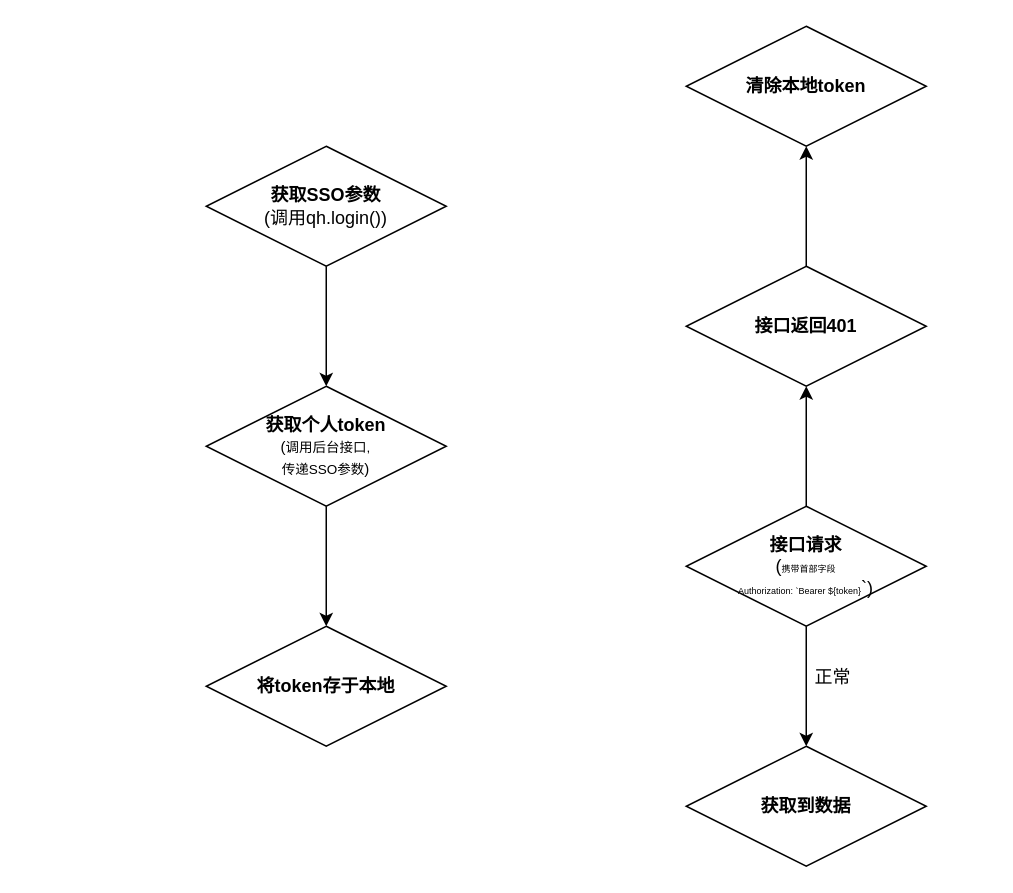
Earlier version of the draw.io diagram Untitled Diagram.drawio (bo-bi/openbeta-tuitui). Source tidied: cells renumbered, new cells numbered last; positions are measured from the earlier drawing's top-left corner, leaving out a move shared by most shapes. Both pictures are drawn from the tidied source at 150%, with x=0, y=0 at pixel (206, 26).
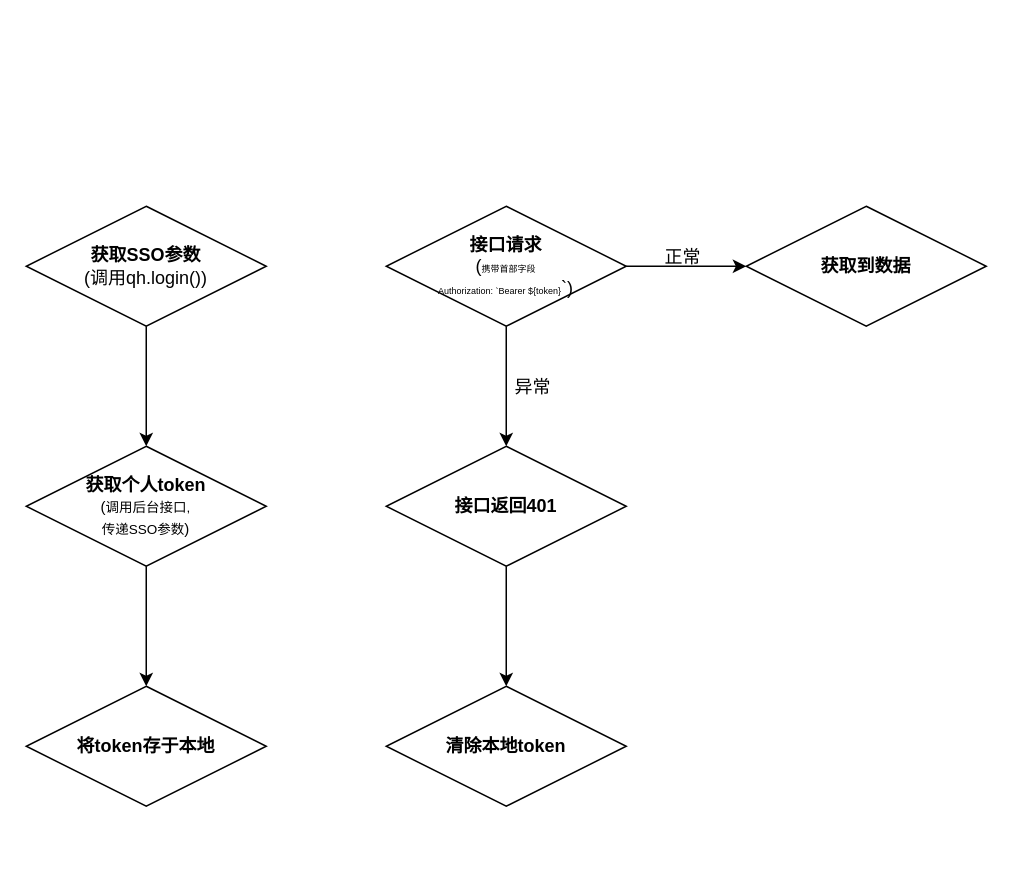
The same page after the edit.

Commit message:
更新登录流程图

Diff of the diagram source:
```diff
@@
 <mxGraphModel>
   <root>
     <mxCell id="0" />
     <mxCell id="1" parent="0" />
     <mxCell id="2" style="edgeStyle=orthogonalEdgeStyle;rounded=0;jettySize=auto;html=1;entryX=0.5;entryY=0;entryDx=0;entryDy=0;" parent="1" edge="1" source="3" target="5">
       <mxGeometry relative="1" as="geometry" />
     </mxCell>
     <mxCell id="3" value="&lt;b&gt;获取SSO参数&lt;br&gt;&lt;/b&gt;(调用qh.login())" style="rhombus;whiteSpace=wrap;html=1;" parent="1" vertex="1">
-      <mxGeometry y="80" width="160" height="80" as="geometry" />
+      <mxGeometry x="-120" y="120" width="160" height="80" as="geometry" />
     </mxCell>
     <mxCell id="4" style="edgeStyle=orthogonalEdgeStyle;rounded=0;jettySize=auto;html=1;entryX=0.5;entryY=0;entryDx=0;entryDy=0;" parent="1" edge="1" source="5" target="6">
       <mxGeometry relative="1" as="geometry" />
     </mxCell>
     <mxCell id="5" value="&lt;b&gt;获取个人token&lt;br&gt;&lt;/b&gt;&lt;font style=&quot;font-size: 10px&quot;&gt;(&lt;/font&gt;&lt;font style=&quot;font-size: 9px&quot;&gt;调用后台接口, &lt;br&gt;传递SSO参数&lt;/font&gt;&lt;font style=&quot;font-size: 10px&quot;&gt;)&lt;/font&gt;" style="rhombus;whiteSpace=wrap;html=1;" parent="1" vertex="1">
-      <mxGeometry y="240" width="160" height="80" as="geometry" />
+      <mxGeometry x="-120" y="280" width="160" height="80" as="geometry" />
     </mxCell>
     <mxCell id="6" value="&lt;b&gt;将token存于本地&lt;/b&gt;" style="rhombus;whiteSpace=wrap;html=1;" parent="1" vertex="1">
-      <mxGeometry y="400" width="160" height="80" as="geometry" />
+      <mxGeometry x="-120" y="440" width="160" height="80" as="geometry" />
     </mxCell>
-    <mxCell id="7" style="edgeStyle=orthogonalEdgeStyle;rounded=0;jettySize=auto;html=1;entryX=0.5;entryY=0;entryDx=0;entryDy=0;" parent="1" edge="1" source="9" target="10">
+    <mxCell id="7" style="edgeStyle=orthogonalEdgeStyle;rounded=0;jettySize=auto;html=1;entryX=0;entryY=0.5;entryDx=0;entryDy=0;" parent="1" edge="1" source="9" target="10">
       <mxGeometry relative="1" as="geometry" />
     </mxCell>
-    <mxCell id="8" style="edgeStyle=orthogonalEdgeStyle;rounded=0;jettySize=auto;html=1;" parent="1" edge="1" source="9">
-      <mxGeometry relative="1" as="geometry">
-        <mxPoint x="400" y="240" as="targetPoint" />
-      </mxGeometry>
-    </mxCell>
+    <mxCell id="15" style="edgeStyle=orthogonalEdgeStyle;rounded=0;jettySize=auto;html=1;entryX=0.5;entryY=0;entryDx=0;entryDy=0;" parent="1" edge="1" source="9" target="13">
+      <mxGeometry relative="1" as="geometry" />
+    </mxCell>
     <mxCell id="9" value="&lt;b&gt;接口请求&lt;br&gt;&lt;/b&gt;(&lt;font style=&quot;font-size: 6px&quot;&gt;&lt;font style=&quot;font-size: 6px&quot;&gt;携带首部字段&lt;br style=&quot;font-size: 6px&quot;&gt;Authorization: `Bearer ${token&lt;/font&gt;}&lt;/font&gt;`)" style="rhombus;whiteSpace=wrap;html=1;" parent="1" vertex="1">
-      <mxGeometry x="320" y="320" width="160" height="80" as="geometry" />
+      <mxGeometry x="120" y="120" width="160" height="80" as="geometry" />
     </mxCell>
     <mxCell id="10" value="&lt;b&gt;获取到数据&lt;/b&gt;" style="rhombus;whiteSpace=wrap;html=1;" parent="1" vertex="1">
-      <mxGeometry x="320" y="480" width="160" height="80" as="geometry" />
+      <mxGeometry x="360" y="120" width="160" height="80" as="geometry" />
     </mxCell>
     <mxCell id="11" value="正常" style="text;strokeColor=none;fillColor=none;align=left;verticalAlign=top;spacingLeft=4;spacingRight=4;overflow=hidden;" parent="1" vertex="1">
-      <mxGeometry x="400" y="420" width="60" height="26" as="geometry" />
+      <mxGeometry x="300" y="140" width="60" height="26" as="geometry" />
     </mxCell>
-    <mxCell id="12" style="edgeStyle=orthogonalEdgeStyle;rounded=0;jettySize=auto;html=1;entryX=0.5;entryY=1;entryDx=0;entryDy=0;" parent="1" edge="1" source="13" target="14">
+    <mxCell id="12" style="edgeStyle=orthogonalEdgeStyle;rounded=0;jettySize=auto;html=1;entryX=0.5;entryY=0;entryDx=0;entryDy=0;" parent="1" edge="1" source="13" target="14">
       <mxGeometry relative="1" as="geometry" />
     </mxCell>
     <mxCell id="13" value="&lt;b&gt;接口返回401&lt;/b&gt;" style="rhombus;whiteSpace=wrap;html=1;" parent="1" vertex="1">
-      <mxGeometry x="320" y="160" width="160" height="80" as="geometry" />
+      <mxGeometry x="120" y="280" width="160" height="80" as="geometry" />
     </mxCell>
     <mxCell id="14" value="&lt;b&gt;清除本地token&lt;/b&gt;" style="rhombus;whiteSpace=wrap;html=1;" parent="1" vertex="1">
-      <mxGeometry x="320" width="160" height="80" as="geometry" />
+      <mxGeometry x="120" y="440" width="160" height="80" as="geometry" />
     </mxCell>
+    <mxCell id="16" value="异常" style="text;strokeColor=none;fillColor=none;align=left;verticalAlign=top;spacingLeft=4;spacingRight=4;overflow=hidden;" parent="1" vertex="1">
+      <mxGeometry x="200" y="227" width="60" height="26" as="geometry" />
+    </mxCell>
   </root>
 </mxGraphModel>
```
